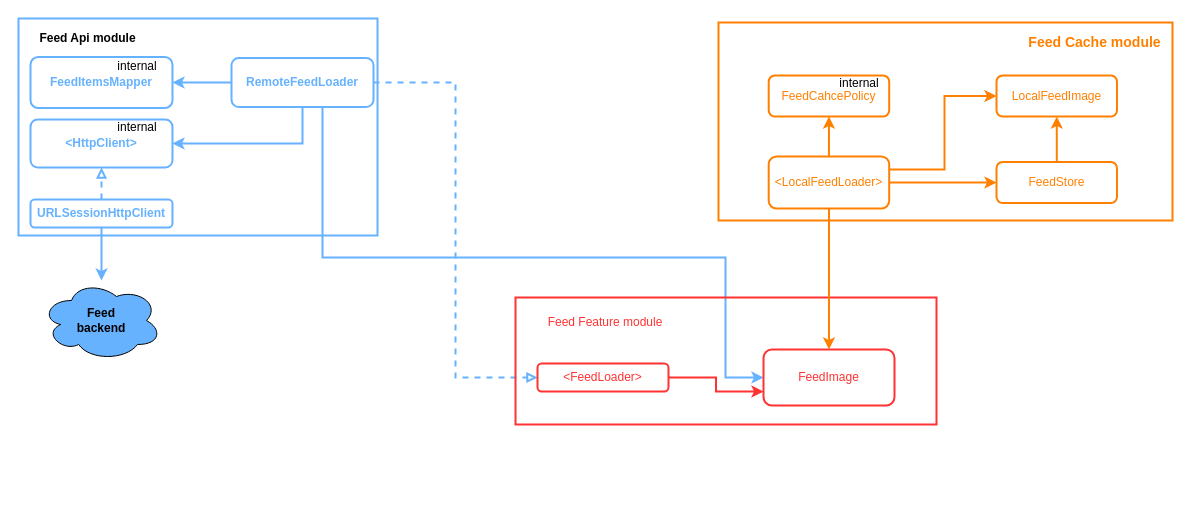
Above: FeedAppDiagram.drawio in ispiryan/FeedApp (draw.io), before the change. Source tidied: cells renumbered, new cells numbered last; positions are measured from the earlier drawing's top-left corner, leaving out a move shared by most shapes. Both pictures are drawn from the tidied source at 100%, with x=0, y=0 at pixel (18, 18).
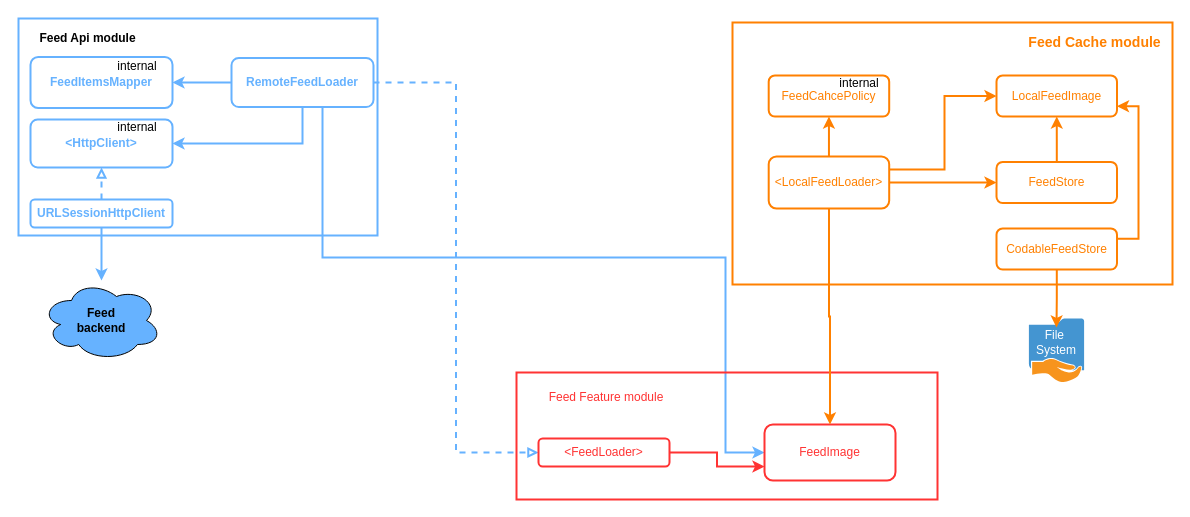
The same diagram, later.

Unchanged cells that the change refers to:
```xml
<mxCell id="7" value="RemoteFeedLoader" style="rounded=1;whiteSpace=wrap;html=1;strokeColor=#66B2FF;strokeWidth=2;fillColor=none;fontColor=#66B2FF;fontStyle=1;" parent="1" vertex="1">
  <mxGeometry x="213" y="39.5" width="142" height="49" as="geometry" />
</mxCell>
<mxCell id="19" value="FeedImage" style="rounded=1;whiteSpace=wrap;html=1;fontColor=#FF3333;strokeColor=#FF3333;strokeWidth=2;" parent="15" vertex="1">
  <mxGeometry x="248" y="52" width="131" height="56" as="geometry" />
</mxCell>
<mxCell id="30" value="LocalFeedImage" style="rounded=1;whiteSpace=wrap;html=1;strokeColor=#FF8000;strokeWidth=2;fontColor=#FF8000;fillColor=none;" parent="22" vertex="1">
  <mxGeometry x="278" y="7" width="120.5" height="41" as="geometry" />
</mxCell>
```

The edit, as a diff of the source:
```diff
@@
     <mxCell id="5" style="edgeStyle=orthogonalEdgeStyle;rounded=0;jettySize=auto;html=1;entryX=0;entryY=0.5;entryDx=0;entryDy=0;strokeColor=#66B2FF;strokeWidth=2;fontSize=14;fontColor=#FF8000;" parent="1" edge="1" source="7" target="19">
       <mxGeometry relative="1" as="geometry">
         <Array as="points">
           <mxPoint x="304" y="239" />
           <mxPoint x="707" y="239" />
-          <mxPoint x="707" y="359" />
+          <mxPoint x="707" y="434" />
         </Array>
       </mxGeometry>
     </mxCell>
@@
     <mxCell id="15" style="group;" parent="1" vertex="1">
-      <mxGeometry x="497" y="279" width="421" height="127" as="geometry" />
+      <mxGeometry x="498" y="354" width="421" height="127" as="geometry" />
     </mxCell>
@@
     <mxCell id="21" style="group;" parent="1" vertex="1">
-      <mxGeometry x="690" y="45" width="454" height="152" as="geometry" />
+      <mxGeometry x="690" y="45" width="464" height="221" as="geometry" />
     </mxCell>
     <mxCell id="22" style="group;" parent="21" vertex="1">
-      <mxGeometry x="10" y="5" width="454" height="152" as="geometry" />
+      <mxGeometry x="10" y="5" width="454" height="216" as="geometry" />
     </mxCell>
     <mxCell id="23" style="rounded=0;whiteSpace=wrap;html=1;strokeColor=#FF8000;strokeWidth=2;fontColor=#FF3333;fillColor=none;" parent="22" vertex="1">
-      <mxGeometry y="-46" width="454" height="198" as="geometry" />
+      <mxGeometry x="14" y="-46" width="440" height="262" as="geometry" />
     </mxCell>
@@
+    <mxCell id="37" style="edgeStyle=orthogonalEdgeStyle;rounded=0;jettySize=auto;html=1;entryX=1;entryY=0.75;entryDx=0;entryDy=0;strokeWidth=2;strokeColor=#FF8000;exitX=1;exitY=0.25;exitDx=0;exitDy=0;" parent="22" edge="1" source="38" target="30">
+      <mxGeometry relative="1" as="geometry">
+        <Array as="points">
+          <mxPoint x="420" y="170" />
+          <mxPoint x="420" y="38" />
+        </Array>
+      </mxGeometry>
+    </mxCell>
+    <mxCell id="38" value="CodableFeedStore" style="rounded=1;whiteSpace=wrap;html=1;strokeColor=#FF8000;strokeWidth=2;fontColor=#FF8000;fillColor=none;" parent="22" vertex="1">
+      <mxGeometry x="278" y="160" width="120.5" height="41" as="geometry" />
+    </mxCell>
@@
+    <mxCell id="39" style="group;" parent="1" vertex="1">
+      <mxGeometry x="1008" y="300" width="60" height="64" as="geometry" />
+    </mxCell>
+    <mxCell id="40" style="shadow=0;dashed=0;html=1;strokeColor=none;fillColor=#4495D1;labelPosition=center;verticalLabelPosition=bottom;verticalAlign=top;align=center;shape=mxgraph.veeam.shared_folder;" parent="39" vertex="1">
+      <mxGeometry x="2.4" width="55.2" height="64" as="geometry" />
+    </mxCell>
+    <mxCell id="41" value="File&amp;nbsp;&lt;br&gt;System" style="text;html=1;strokeColor=none;fillColor=none;align=center;verticalAlign=middle;whiteSpace=wrap;rounded=0;fontColor=#FFFFFF;" parent="39" vertex="1">
+      <mxGeometry y="9" width="60" height="30" as="geometry" />
+    </mxCell>
+    <mxCell id="42" style="edgeStyle=orthogonalEdgeStyle;rounded=0;jettySize=auto;html=1;strokeColor=#FF8000;strokeWidth=2;fontColor=#FFFFFF;" parent="1" edge="1" source="38" target="41">
+      <mxGeometry relative="1" as="geometry" />
+    </mxCell>
```
